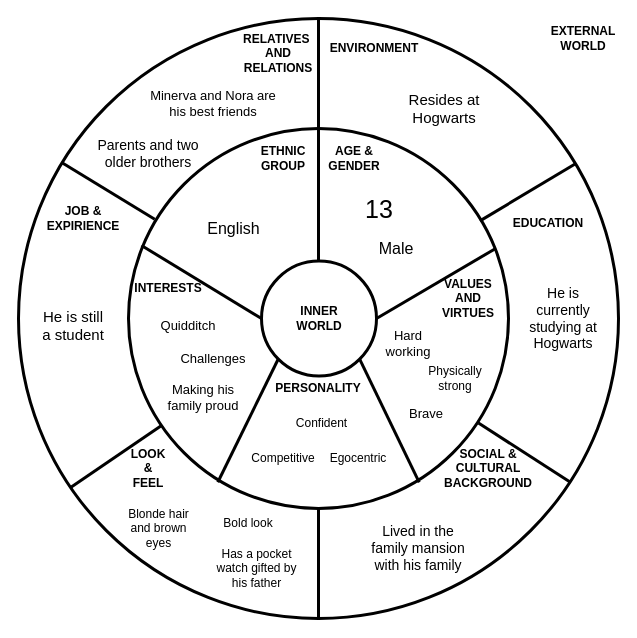
This is Characters/Edward/Edward_Circumplex-1.drawio from andreacarrarini/HP_The_Dark_Lady_awakens, a draw.io file, before an edit. Source tidied: cells renumbered, new cells numbered last; positions are measured from the earlier drawing's top-left corner, leaving out a move shared by most shapes. Both pictures are drawn from the tidied source at 100%, with x=0, y=0 at pixel (18, 18).
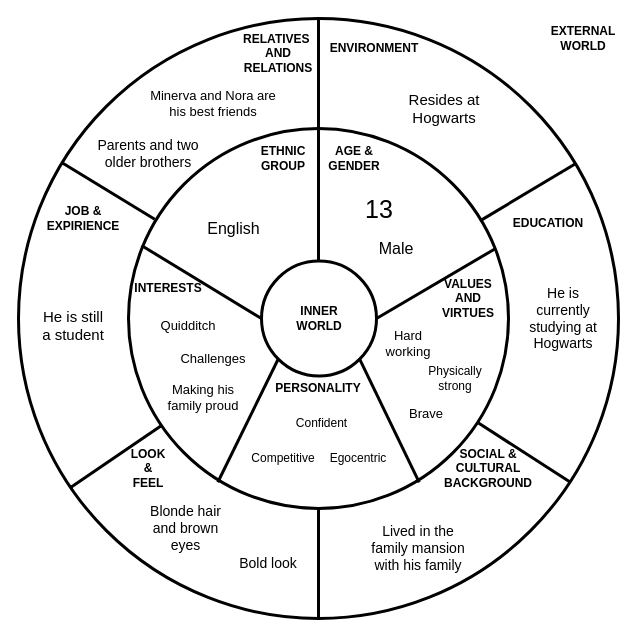
After the change.

Commit message (it also covers changes not shown here):
Fixed Minerva, Edward and Nora circumplexes

The edit, as a diff of the source:
```diff
@@
-    <mxCell id="42" value="Blonde hair and brown eyes" style="text;html=1;strokeColor=none;fillColor=none;align=center;verticalAlign=middle;whiteSpace=wrap;rounded=0;" parent="1" vertex="1">
-      <mxGeometry x="102.5" y="480" width="75" height="60" as="geometry" />
+    <mxCell id="42" value="&lt;font style=&quot;font-size: 14px&quot;&gt;Blonde hair and brown eyes&lt;/font&gt;" style="text;html=1;strokeColor=none;fillColor=none;align=center;verticalAlign=middle;whiteSpace=wrap;rounded=0;" parent="1" vertex="1">
+      <mxGeometry x="130" y="480" width="75" height="60" as="geometry" />
     </mxCell>
-    <mxCell id="43" value="Bold look" style="text;html=1;strokeColor=none;fillColor=none;align=center;verticalAlign=middle;whiteSpace=wrap;rounded=0;" parent="1" vertex="1">
-      <mxGeometry x="190" y="490" width="80" height="30" as="geometry" />
+    <mxCell id="43" value="&lt;font style=&quot;font-size: 14px&quot;&gt;Bold look&lt;/font&gt;" style="text;html=1;strokeColor=none;fillColor=none;align=center;verticalAlign=middle;whiteSpace=wrap;rounded=0;" parent="1" vertex="1">
+      <mxGeometry x="210" y="530" width="80" height="30" as="geometry" />
     </mxCell>
@@
-    <mxCell id="47" value="Has a pocket watch gifted by his father" style="text;html=1;strokeColor=none;fillColor=none;align=center;verticalAlign=middle;whiteSpace=wrap;rounded=0;" parent="1" vertex="1">
-      <mxGeometry x="197" y="530" width="83" height="40" as="geometry" />
-    </mxCell>
```
